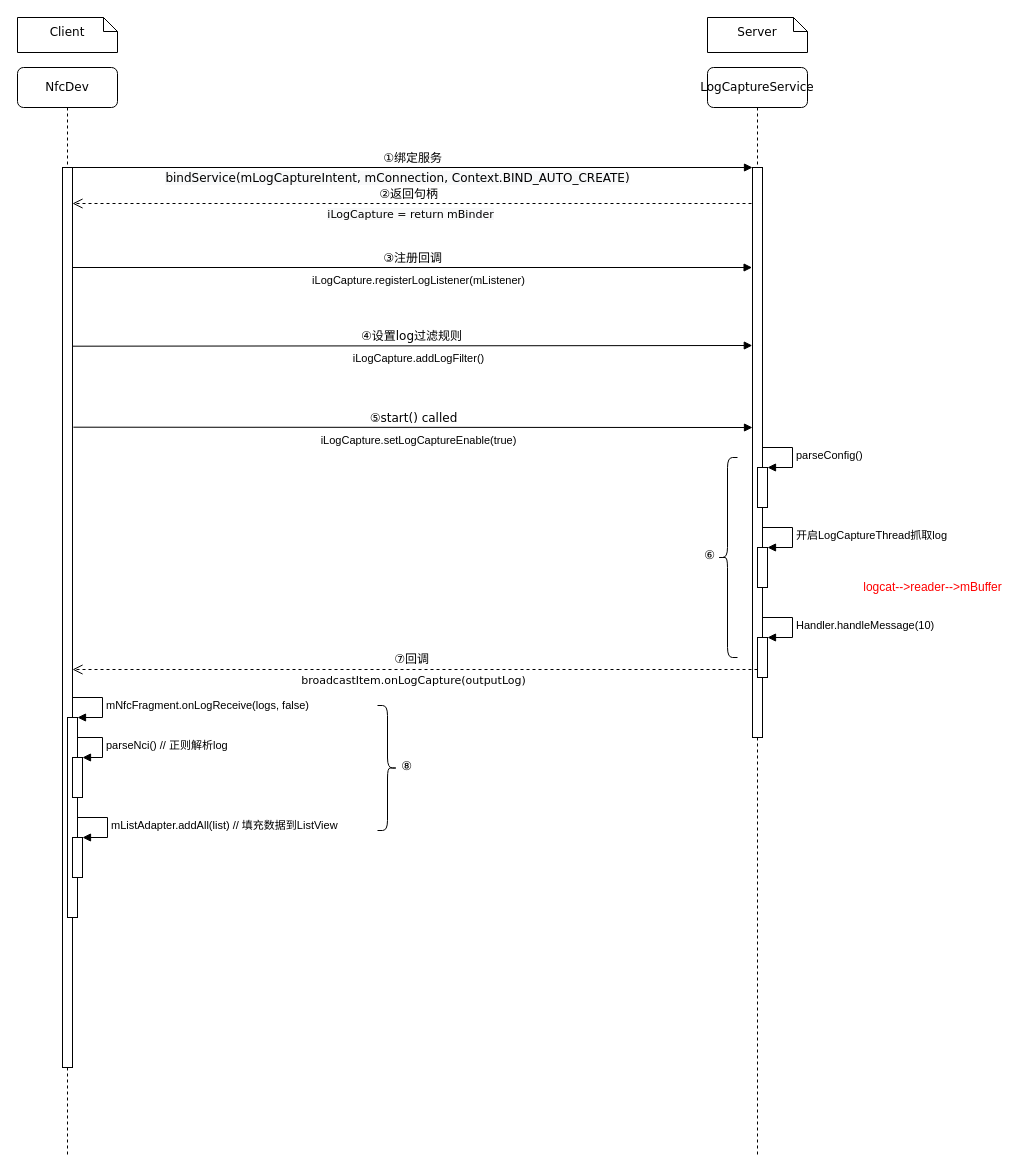
Before: Seq-LogCapture-NFC.drawio in SuperSources/draw.io, a draw.io diagram. Source tidied: cells renumbered, new cells numbered last; positions are measured from the earlier drawing's top-left corner, leaving out a move shared by most shapes. Both pictures are drawn from the tidied source at 100%, with x=0, y=0 at pixel (17, 17).
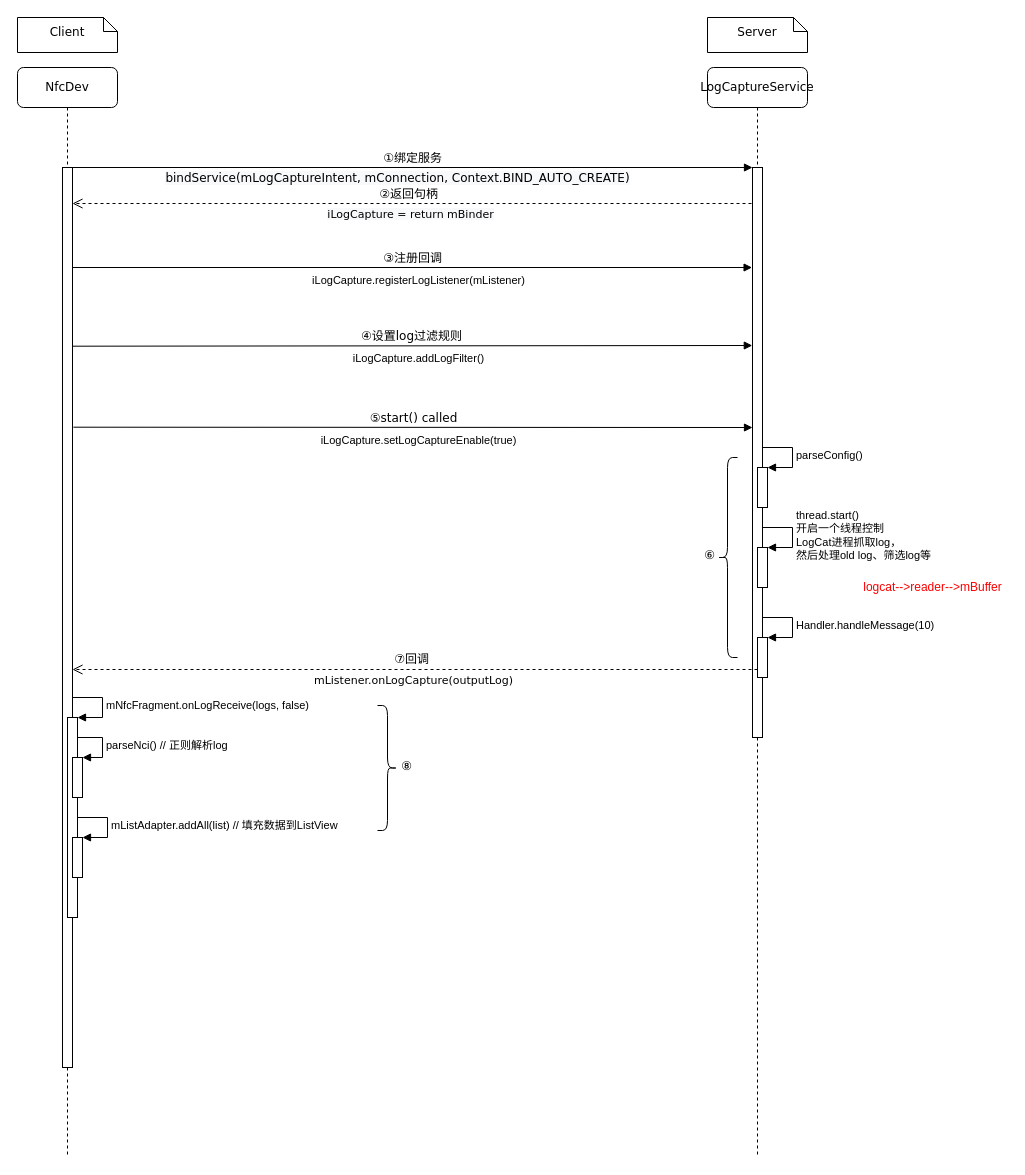
After the change.

The change refers to these unchanged cells:
```xml
<mxCell id="2" value="LogCaptureService" style="shape=umlLifeline;perimeter=lifelinePerimeter;whiteSpace=wrap;html=1;rounded=1;shadow=0;comic=0;labelBackgroundColor=none;strokeWidth=1;fontFamily=Verdana;fontSize=12;align=center;" parent="1" vertex="1">
  <mxGeometry x="690" y="50" width="100" height="1090" as="geometry" />
</mxCell>
<mxCell id="6" style="html=1;points=[];perimeter=orthogonalPerimeter;" parent="2" vertex="1">
  <mxGeometry x="50" y="480" width="10" height="40" as="geometry" />
</mxCell>
<mxCell id="28" value="⑦回调&lt;font color=&quot;rgba(0, 0, 0, 0)&quot; face=&quot;monospace&quot;&gt;&lt;span style=&quot;font-size: 0px&quot;&gt;onLogCap&lt;/span&gt;&lt;/font&gt;" style="html=1;verticalAlign=bottom;endArrow=open;dashed=1;endSize=8;labelBackgroundColor=none;fontFamily=Verdana;fontSize=12;edgeStyle=elbowEdgeStyle;elbow=vertical;" parent="1" edge="1" source="8">
  <mxGeometry x="0.01" relative="1" as="geometry">
    <mxPoint x="55" y="652" as="targetPoint" />
    <Array as="points">
      <mxPoint x="385" y="652" />
      <mxPoint x="465" y="1022" />
    </Array>
  </mxGeometry>
</mxCell>
```

Change to the diagram source:
```diff
@@
-    <mxCell id="7" value="开启LogCaptureThread抓取log" style="edgeStyle=orthogonalEdgeStyle;html=1;align=left;spacingLeft=2;endArrow=block;rounded=0;entryX=1;entryY=0;" parent="2" edge="1" target="6">
+    <mxCell id="7" value="thread.start()&lt;br&gt;开启一个线程控制&lt;br&gt;LogCat进程抓取log，&lt;br&gt;然后处理old log、筛选log等" style="edgeStyle=orthogonalEdgeStyle;html=1;align=left;spacingLeft=2;endArrow=block;rounded=0;entryX=1;entryY=0;" parent="2" edge="1" target="6">
       <mxGeometry relative="1" as="geometry">
         <mxPoint x="55" y="460" as="sourcePoint" />
         <Array as="points">
           <mxPoint x="85" y="460" />
         </Array>
       </mxGeometry>
     </mxCell>
@@
-    <mxCell id="29" value="&lt;font face=&quot;Verdana&quot;&gt;&lt;span style=&quot;font-size: 11px&quot;&gt;broadcastItem.onLogCapture(outputLog)&lt;/span&gt;&lt;/font&gt;" style="edgeLabel;html=1;align=center;verticalAlign=middle;" parent="28" vertex="1">
+    <mxCell id="29" value="&lt;font face=&quot;Verdana&quot;&gt;&lt;span style=&quot;font-size: 11px&quot;&gt;mListener.onLogCapture(outputLog)&lt;/span&gt;&lt;/font&gt;" style="edgeLabel;html=1;align=center;verticalAlign=middle;" parent="28" vertex="1">
       <mxGeometry x="-0.02" y="2" relative="1" as="geometry">
         <mxPoint x="-9" y="8" as="offset" />
       </mxGeometry>
     </mxCell>
```
